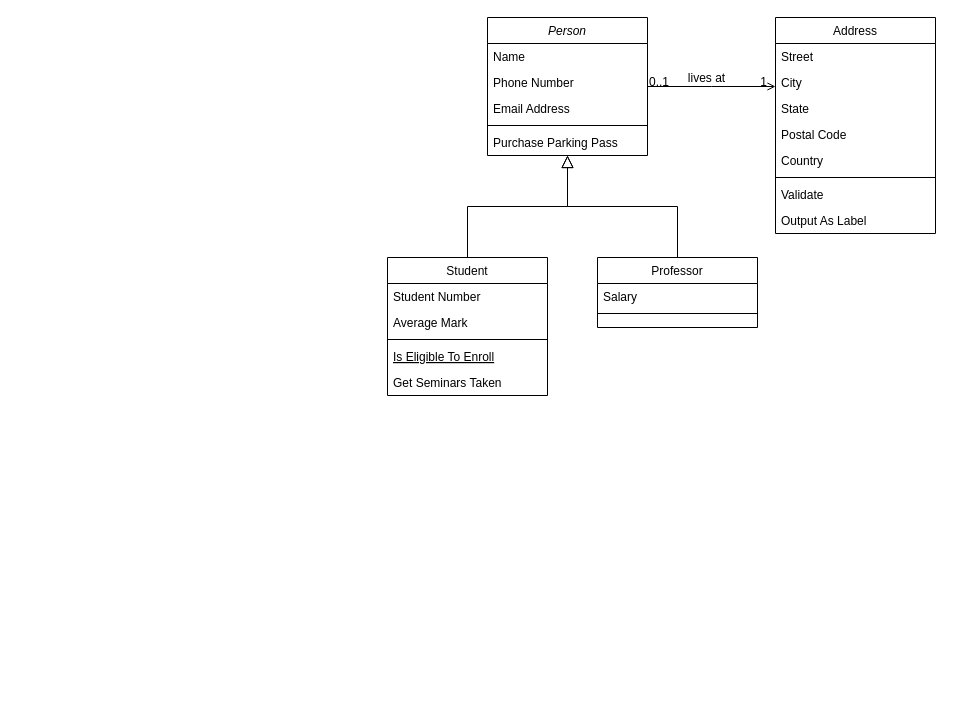
Above: StockReport.drawio in thomas-claireau/stockreport (draw.io), before the change. Source tidied: cells renumbered, new cells numbered last; positions are measured from the earlier drawing's top-left corner, leaving out a move shared by most shapes. Both pictures are drawn from the tidied source at 100%, with x=0, y=0 at pixel (387, 17).
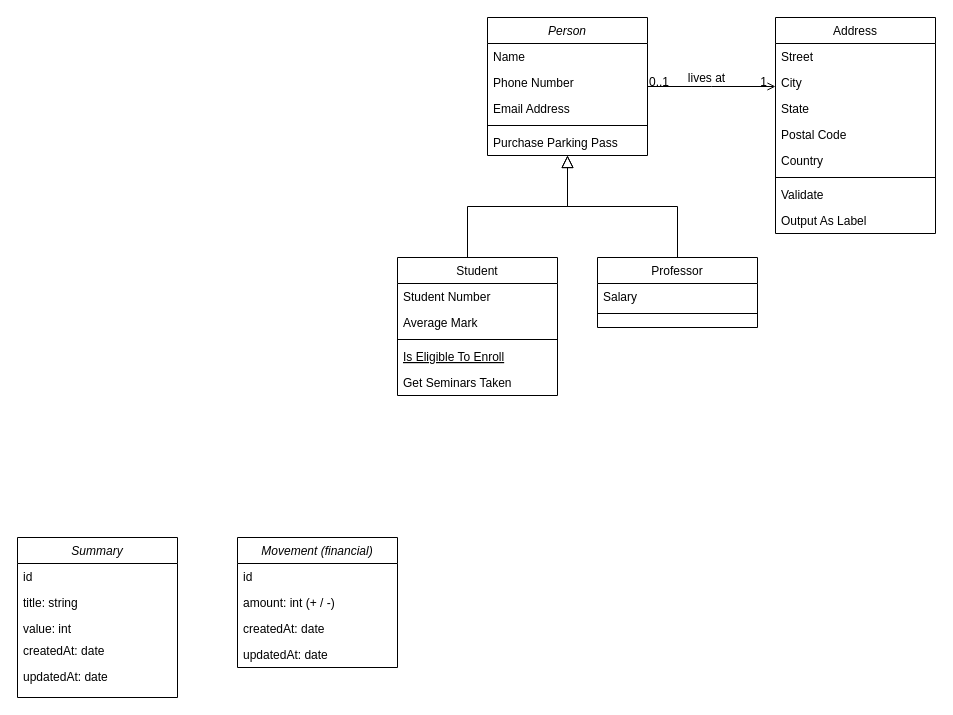
The same diagram, later.

Unchanged cells that the change refers to:
```xml
<mxCell id="2" value="Person" style="swimlane;fontStyle=2;align=center;verticalAlign=top;horizontal=1;startSize=26;rounded=0;shadow=0;strokeWidth=1;" parent="1" vertex="1">
  <mxGeometry x="100" width="160" height="138" as="geometry" />
</mxCell>
```

Diff of the diagram source:
```diff
@@
     <mxCell id="8" value="Student" style="swimlane;fontStyle=0;align=center;verticalAlign=top;horizontal=1;startSize=26;rounded=0;shadow=0;strokeWidth=1;" parent="1" vertex="1">
-      <mxGeometry y="240" width="160" height="138" as="geometry" />
+      <mxGeometry x="10" y="240" width="160" height="138" as="geometry" />
     </mxCell>
@@
-    <mxCell id="14" style="endArrow=block;endSize=10;endFill=0;shadow=0;strokeWidth=1;rounded=0;edgeStyle=elbowEdgeStyle;elbow=vertical;" parent="1" edge="1" source="8" target="2">
-      <mxGeometry relative="1" as="geometry" />
+    <mxCell id="14" style="endArrow=block;endSize=10;endFill=0;shadow=0;strokeWidth=1;rounded=0;edgeStyle=elbowEdgeStyle;elbow=vertical;" parent="1" edge="1" target="2">
+      <mxGeometry relative="1" as="geometry">
+        <mxPoint x="80" y="240" as="sourcePoint" />
+      </mxGeometry>
     </mxCell>
@@
+    <mxCell id="32" value="Summary" style="swimlane;fontStyle=2;align=center;verticalAlign=top;horizontal=1;startSize=26;rounded=0;shadow=0;strokeWidth=1;" parent="1" vertex="1">
+      <mxGeometry x="-370" y="520" width="160" height="160" as="geometry" />
+    </mxCell>
+    <mxCell id="33" value="id" style="text;align=left;verticalAlign=top;spacingLeft=4;spacingRight=4;overflow=hidden;" parent="32" vertex="1">
+      <mxGeometry y="26" width="160" height="26" as="geometry" />
+    </mxCell>
+    <mxCell id="34" value="title: string" style="text;align=left;verticalAlign=top;spacingLeft=4;spacingRight=4;overflow=hidden;rounded=0;shadow=0;html=0;" parent="32" vertex="1">
+      <mxGeometry y="52" width="160" height="26" as="geometry" />
+    </mxCell>
+    <mxCell id="35" value="value: int" style="text;align=left;verticalAlign=top;spacingLeft=4;spacingRight=4;overflow=hidden;rounded=0;shadow=0;html=0;" parent="32" vertex="1">
+      <mxGeometry y="78" width="160" height="26" as="geometry" />
+    </mxCell>
+    <mxCell id="36" value="Movement (financial)" style="swimlane;fontStyle=2;align=center;verticalAlign=top;horizontal=1;startSize=26;rounded=0;shadow=0;strokeWidth=1;" parent="1" vertex="1">
+      <mxGeometry x="-150" y="520" width="160" height="130" as="geometry" />
+    </mxCell>
+    <mxCell id="37" value="id" style="text;align=left;verticalAlign=top;spacingLeft=4;spacingRight=4;overflow=hidden;" parent="36" vertex="1">
+      <mxGeometry y="26" width="160" height="26" as="geometry" />
+    </mxCell>
+    <mxCell id="38" value="amount: int (+ / -)" style="text;align=left;verticalAlign=top;spacingLeft=4;spacingRight=4;overflow=hidden;rounded=0;shadow=0;html=0;" parent="36" vertex="1">
+      <mxGeometry y="52" width="160" height="26" as="geometry" />
+    </mxCell>
+    <mxCell id="39" value="createdAt: date" style="text;align=left;verticalAlign=top;spacingLeft=4;spacingRight=4;overflow=hidden;rounded=0;shadow=0;html=0;" parent="36" vertex="1">
+      <mxGeometry y="78" width="160" height="26" as="geometry" />
+    </mxCell>
+    <mxCell id="40" value="updatedAt: date" style="text;align=left;verticalAlign=top;spacingLeft=4;spacingRight=4;overflow=hidden;rounded=0;shadow=0;html=0;" parent="36" vertex="1">
+      <mxGeometry y="104" width="160" height="26" as="geometry" />
+    </mxCell>
+    <mxCell id="41" value="createdAt: date" style="text;align=left;verticalAlign=top;spacingLeft=4;spacingRight=4;overflow=hidden;rounded=0;shadow=0;html=0;" parent="1" vertex="1">
+      <mxGeometry x="-370" y="620" width="160" height="26" as="geometry" />
+    </mxCell>
+    <mxCell id="42" value="updatedAt: date" style="text;align=left;verticalAlign=top;spacingLeft=4;spacingRight=4;overflow=hidden;rounded=0;shadow=0;html=0;" parent="1" vertex="1">
+      <mxGeometry x="-370" y="646" width="160" height="26" as="geometry" />
+    </mxCell>
```
